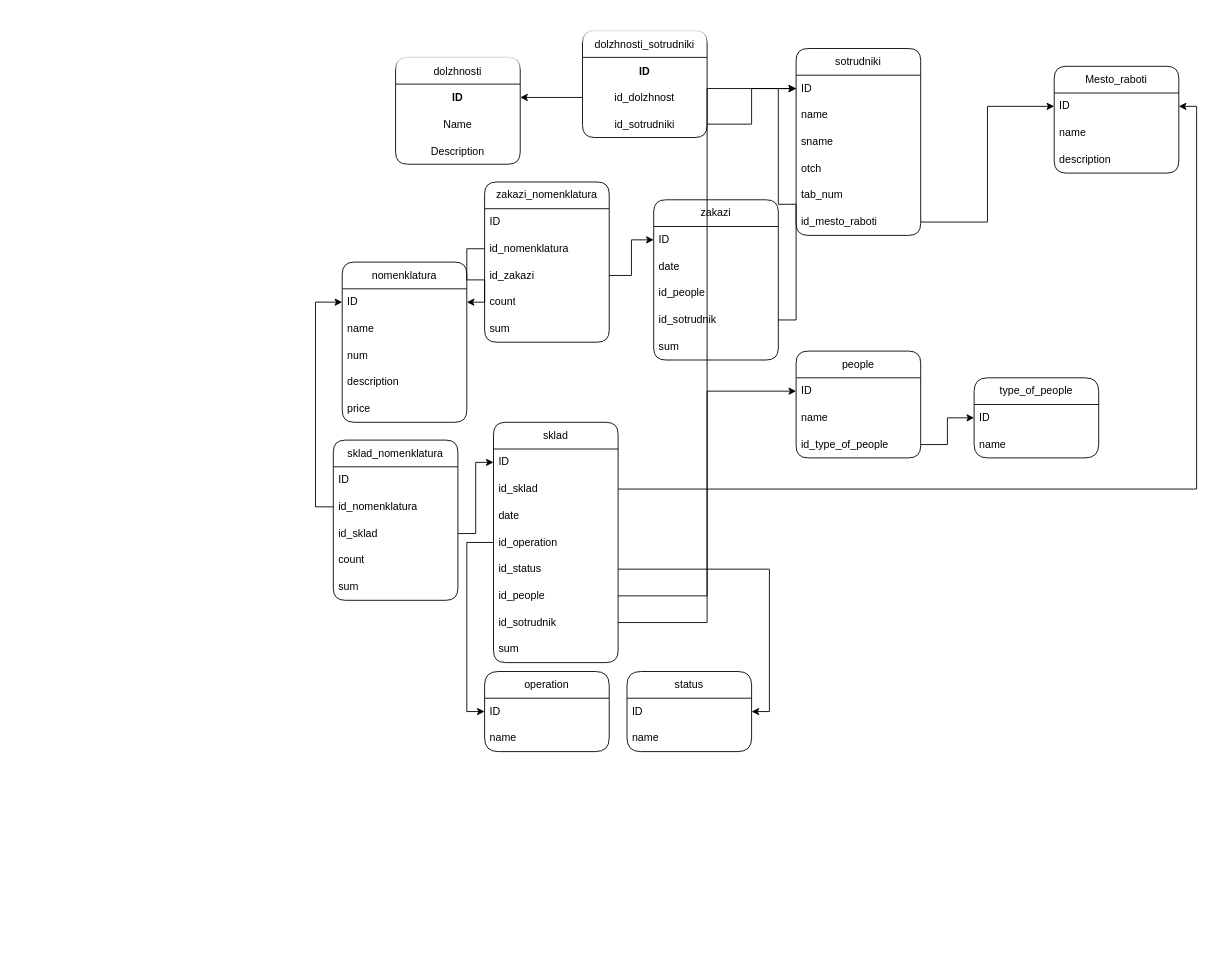
This is АРМы.drawio from OGdanik/db_diagrams, a draw.io file, before an edit. Source tidied: cells renumbered, new cells numbered last; positions are measured from the earlier drawing's top-left corner, leaving out a move shared by most shapes. Both pictures are drawn from the tidied source at 89%, with x=0, y=0 at pixel (333, 30).
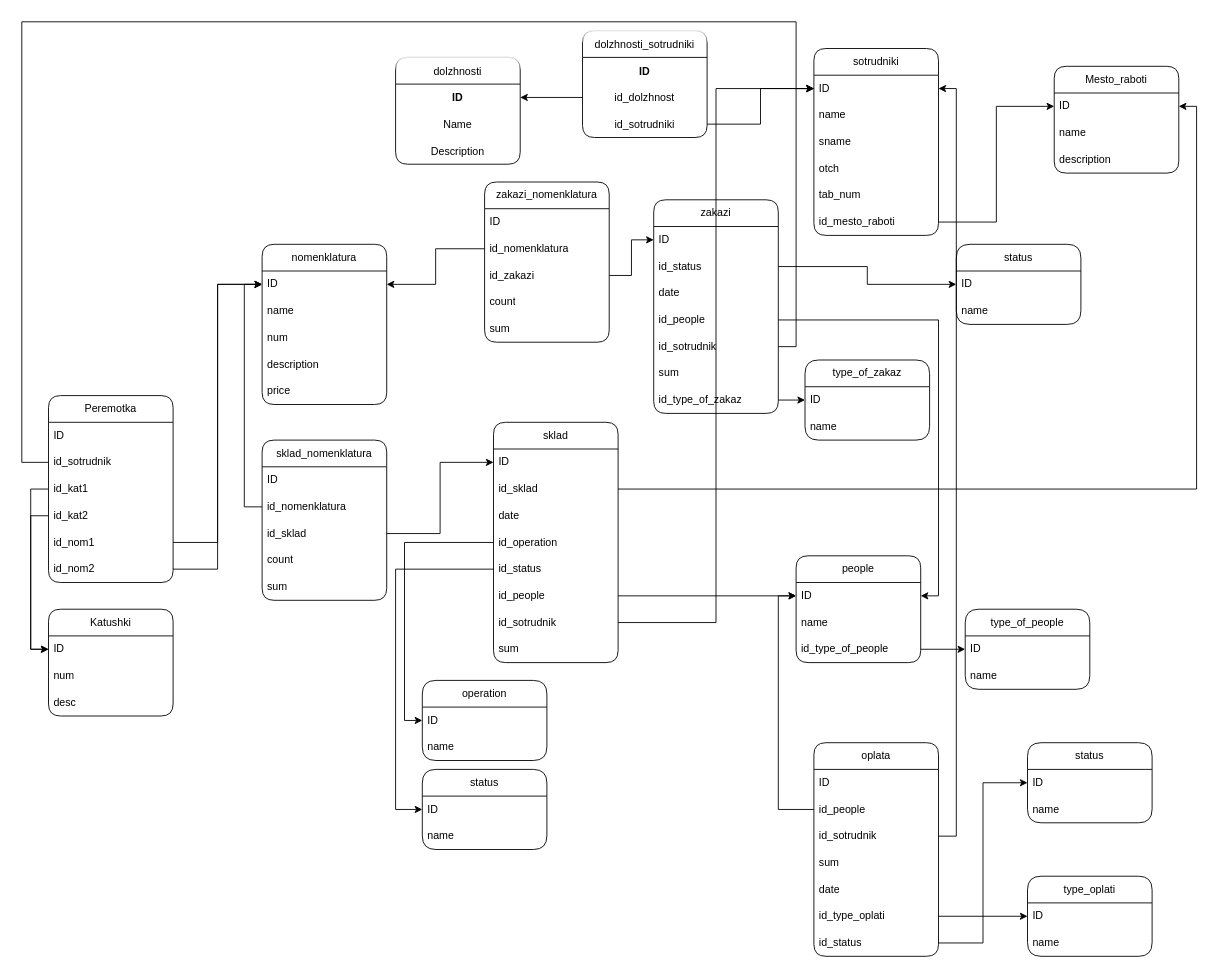
The same diagram, later.

Unchanged cells that the change refers to:
```xml
<mxCell id="7" value="ID" style="text;strokeColor=none;fillColor=none;align=left;verticalAlign=middle;spacingLeft=4;spacingRight=4;overflow=hidden;points=[[0,0.5],[1,0.5]];portConstraint=eastwest;whiteSpace=wrap;html=1;" parent="6" vertex="1">
  <mxGeometry y="30" width="140" height="30" as="geometry" />
</mxCell>
<mxCell id="25" value="ID" style="text;strokeColor=none;fillColor=none;align=left;verticalAlign=middle;spacingLeft=4;spacingRight=4;overflow=hidden;points=[[0,0.5],[1,0.5]];portConstraint=eastwest;whiteSpace=wrap;html=1;" parent="24" vertex="1">
  <mxGeometry y="30" width="140" height="30" as="geometry" />
</mxCell>
<mxCell id="29" value="ID" style="text;strokeColor=none;fillColor=none;align=left;verticalAlign=middle;spacingLeft=4;spacingRight=4;overflow=hidden;points=[[0,0.5],[1,0.5]];portConstraint=eastwest;whiteSpace=wrap;html=1;" parent="28" vertex="1">
  <mxGeometry y="30" width="140" height="30" as="geometry" />
</mxCell>
<mxCell id="39" value="id_status" style="text;strokeColor=none;fillColor=none;align=left;verticalAlign=middle;spacingLeft=4;spacingRight=4;overflow=hidden;points=[[0,0.5],[1,0.5]];portConstraint=eastwest;whiteSpace=wrap;html=1;" parent="34" vertex="1">
  <mxGeometry y="150" width="140" height="30" as="geometry" />
</mxCell>
<mxCell id="57" value="ID" style="text;strokeColor=none;fillColor=none;align=left;verticalAlign=middle;spacingLeft=4;spacingRight=4;overflow=hidden;points=[[0,0.5],[1,0.5]];portConstraint=eastwest;whiteSpace=wrap;html=1;" parent="56" vertex="1">
  <mxGeometry y="30" width="140" height="30" as="geometry" />
</mxCell>
```

What changed in the source:
```diff
@@
     <mxCell id="6" value="sotrudniki" style="swimlane;fontStyle=0;horizontal=1;startSize=30;whiteSpace=wrap;html=1;fillStyle=auto;shadow=0;glass=0;rounded=1;" parent="1" vertex="1">
-      <mxGeometry x="520" y="20" width="140" height="210" as="geometry" />
+      <mxGeometry x="540" y="20" width="140" height="210" as="geometry" />
     </mxCell>
@@
     <mxCell id="24" value="people" style="swimlane;fontStyle=0;horizontal=1;startSize=30;whiteSpace=wrap;html=1;fillStyle=auto;shadow=0;glass=0;rounded=1;" parent="1" vertex="1">
-      <mxGeometry x="520" y="360" width="140" height="120" as="geometry" />
+      <mxGeometry x="520" y="590" width="140" height="120" as="geometry" />
     </mxCell>
@@
     <mxCell id="28" value="nomenklatura" style="swimlane;fontStyle=0;horizontal=1;startSize=30;whiteSpace=wrap;html=1;fillStyle=auto;shadow=0;glass=0;rounded=1;" parent="1" vertex="1">
-      <mxGeometry x="10" y="260" width="140" height="180" as="geometry" />
+      <mxGeometry x="-80" y="240" width="140" height="180" as="geometry" />
     </mxCell>
@@
     <mxCell id="43" value="operation" style="swimlane;fontStyle=0;horizontal=1;startSize=30;whiteSpace=wrap;html=1;fillStyle=auto;shadow=0;glass=0;rounded=1;arcSize=17;" parent="1" vertex="1">
-      <mxGeometry x="170" y="720" width="140" height="90" as="geometry" />
+      <mxGeometry x="100" y="730" width="140" height="90" as="geometry" />
     </mxCell>
@@
     <mxCell id="47" value="sklad_nomenklatura" style="swimlane;fontStyle=0;horizontal=1;startSize=30;whiteSpace=wrap;html=1;fillStyle=auto;shadow=0;glass=0;rounded=1;" parent="1" vertex="1">
-      <mxGeometry y="460" width="140" height="180" as="geometry" />
+      <mxGeometry x="-80" y="460" width="140" height="180" as="geometry" />
     </mxCell>
@@
     <mxCell id="56" value="status" style="swimlane;fontStyle=0;horizontal=1;startSize=30;whiteSpace=wrap;html=1;fillStyle=auto;shadow=0;glass=0;rounded=1;arcSize=17;" parent="1" vertex="1">
-      <mxGeometry x="330" y="720" width="140" height="90" as="geometry" />
+      <mxGeometry x="100" y="830" width="140" height="90" as="geometry" />
     </mxCell>
@@
-    <mxCell id="59" style="edgeStyle=orthogonalEdgeStyle;rounded=0;jettySize=auto;html=1;entryX=1;entryY=0.5;entryDx=0;entryDy=0;" parent="1" edge="1" source="39" target="57">
-      <mxGeometry relative="1" as="geometry" />
-    </mxCell>
     <mxCell id="60" value="type_of_people" style="swimlane;fontStyle=0;horizontal=1;startSize=30;whiteSpace=wrap;html=1;fillStyle=auto;shadow=0;glass=0;rounded=1;arcSize=17;" parent="1" vertex="1">
-      <mxGeometry x="720" y="390" width="140" height="90" as="geometry" />
+      <mxGeometry x="710" y="650" width="140" height="90" as="geometry" />
     </mxCell>
@@
     <mxCell id="73" value="zakazi" style="swimlane;fontStyle=0;horizontal=1;startSize=30;whiteSpace=wrap;html=1;rounded=1;shadow=0;glass=0;sketch=0;fillStyle=auto;" parent="1" vertex="1">
-      <mxGeometry x="360" y="190" width="140" height="180" as="geometry" />
+      <mxGeometry x="360" y="190" width="140" height="240" as="geometry" />
     </mxCell>
@@
+    <mxCell id="81" value="id_status" style="text;strokeColor=none;fillColor=none;align=left;verticalAlign=middle;spacingLeft=4;spacingRight=4;overflow=hidden;points=[[0,0.5],[1,0.5]];portConstraint=eastwest;whiteSpace=wrap;html=1;rounded=1;shadow=0;glass=0;sketch=0;fillStyle=auto;" parent="73" vertex="1">
+      <mxGeometry y="60" width="140" height="30" as="geometry" />
+    </mxCell>
     <mxCell id="75" value="date" style="text;strokeColor=none;fillColor=none;align=left;verticalAlign=middle;spacingLeft=4;spacingRight=4;overflow=hidden;whiteSpace=wrap;html=1;rounded=1;shadow=0;glass=0;sketch=0;fillStyle=auto;" parent="73" vertex="1">
-      <mxGeometry y="60" width="140" height="30" as="geometry" />
+      <mxGeometry y="90" width="140" height="30" as="geometry" />
     </mxCell>
     <mxCell id="76" value="id_people" style="text;strokeColor=none;fillColor=none;align=left;verticalAlign=middle;spacingLeft=4;spacingRight=4;overflow=hidden;points=[[0,0.5],[1,0.5]];portConstraint=eastwest;whiteSpace=wrap;html=1;rounded=1;shadow=0;glass=0;sketch=0;fillStyle=auto;" parent="73" vertex="1">
-      <mxGeometry y="90" width="140" height="30" as="geometry" />
+      <mxGeometry y="120" width="140" height="30" as="geometry" />
     </mxCell>
     <mxCell id="77" value="id_sotrudnik" style="text;strokeColor=none;fillColor=none;align=left;verticalAlign=middle;spacingLeft=4;spacingRight=4;overflow=hidden;points=[[0,0.5],[1,0.5]];portConstraint=eastwest;whiteSpace=wrap;html=1;rounded=1;shadow=0;glass=0;sketch=0;fillStyle=auto;" parent="73" vertex="1">
-      <mxGeometry y="120" width="140" height="30" as="geometry" />
+      <mxGeometry y="150" width="140" height="30" as="geometry" />
     </mxCell>
     <mxCell id="78" value="sum" style="text;strokeColor=none;fillColor=none;align=left;verticalAlign=middle;spacingLeft=4;spacingRight=4;overflow=hidden;whiteSpace=wrap;html=1;rounded=1;shadow=0;glass=0;sketch=0;fillStyle=auto;" parent="73" vertex="1">
-      <mxGeometry y="150" width="140" height="30" as="geometry" />
+      <mxGeometry y="180" width="140" height="30" as="geometry" />
     </mxCell>
+    <mxCell id="82" value="id_type_of_zakaz" style="text;strokeColor=none;fillColor=none;align=left;verticalAlign=middle;spacingLeft=4;spacingRight=4;overflow=hidden;points=[[0,0.5],[1,0.5]];portConstraint=eastwest;whiteSpace=wrap;html=1;rounded=1;shadow=0;glass=0;sketch=0;fillStyle=auto;" parent="73" vertex="1">
+      <mxGeometry y="210" width="140" height="30" as="geometry" />
+    </mxCell>
@@
+    <mxCell id="83" style="edgeStyle=orthogonalEdgeStyle;rounded=0;jettySize=auto;html=1;exitX=1;exitY=0.5;exitDx=0;exitDy=0;entryX=1;entryY=0.5;entryDx=0;entryDy=0;" parent="1" edge="1" source="76" target="25">
+      <mxGeometry relative="1" as="geometry" />
+    </mxCell>
+    <mxCell id="84" value="status" style="swimlane;fontStyle=0;horizontal=1;startSize=30;whiteSpace=wrap;html=1;fillStyle=auto;shadow=0;glass=0;rounded=1;arcSize=17;" parent="1" vertex="1">
+      <mxGeometry x="700" y="240" width="140" height="90" as="geometry" />
+    </mxCell>
+    <mxCell id="85" value="ID" style="text;strokeColor=none;fillColor=none;align=left;verticalAlign=middle;spacingLeft=4;spacingRight=4;overflow=hidden;points=[[0,0.5],[1,0.5]];portConstraint=eastwest;whiteSpace=wrap;html=1;" parent="84" vertex="1">
+      <mxGeometry y="30" width="140" height="30" as="geometry" />
+    </mxCell>
+    <mxCell id="86" value="name" style="text;strokeColor=none;fillColor=none;align=left;verticalAlign=middle;spacingLeft=4;spacingRight=4;overflow=hidden;whiteSpace=wrap;html=1;" parent="84" vertex="1">
+      <mxGeometry y="60" width="140" height="30" as="geometry" />
+    </mxCell>
+    <mxCell id="87" value="type_of_zakaz" style="swimlane;fontStyle=0;horizontal=1;startSize=30;whiteSpace=wrap;html=1;fillStyle=auto;shadow=0;glass=0;rounded=1;arcSize=17;" parent="1" vertex="1">
+      <mxGeometry x="530" y="370" width="140" height="90" as="geometry" />
+    </mxCell>
+    <mxCell id="88" value="ID" style="text;strokeColor=none;fillColor=none;align=left;verticalAlign=middle;spacingLeft=4;spacingRight=4;overflow=hidden;points=[[0,0.5],[1,0.5]];portConstraint=eastwest;whiteSpace=wrap;html=1;" parent="87" vertex="1">
+      <mxGeometry y="30" width="140" height="30" as="geometry" />
+    </mxCell>
+    <mxCell id="89" value="name" style="text;strokeColor=none;fillColor=none;align=left;verticalAlign=middle;spacingLeft=4;spacingRight=4;overflow=hidden;whiteSpace=wrap;html=1;" parent="87" vertex="1">
+      <mxGeometry y="60" width="140" height="30" as="geometry" />
+    </mxCell>
+    <mxCell id="90" style="edgeStyle=orthogonalEdgeStyle;rounded=0;jettySize=auto;html=1;entryX=0;entryY=0.5;entryDx=0;entryDy=0;" parent="1" edge="1" source="81" target="85">
+      <mxGeometry relative="1" as="geometry" />
+    </mxCell>
+    <mxCell id="59" style="edgeStyle=orthogonalEdgeStyle;rounded=0;jettySize=auto;html=1;exitX=0;exitY=0.5;exitDx=0;exitDy=0;entryX=0;entryY=0.5;entryDx=0;entryDy=0;" parent="1" edge="1" source="39" target="57">
+      <mxGeometry relative="1" as="geometry">
+        <Array as="points">
+          <mxPoint x="70" y="605" />
+          <mxPoint x="70" y="875" />
+        </Array>
+      </mxGeometry>
+    </mxCell>
+    <mxCell id="91" style="edgeStyle=orthogonalEdgeStyle;rounded=0;jettySize=auto;html=1;exitX=1;exitY=0.5;exitDx=0;exitDy=0;entryX=0;entryY=0.5;entryDx=0;entryDy=0;" parent="1" edge="1" source="82" target="88">
+      <mxGeometry relative="1" as="geometry" />
+    </mxCell>
+    <mxCell id="92" value="Katushki" style="swimlane;fontStyle=0;horizontal=1;startSize=30;whiteSpace=wrap;html=1;rounded=1;shadow=0;glass=0;sketch=0;fillStyle=auto;" parent="1" vertex="1">
+      <mxGeometry x="-320" y="650" width="140" height="120" as="geometry" />
+    </mxCell>
+    <mxCell id="93" value="ID" style="text;strokeColor=none;fillColor=none;align=left;verticalAlign=middle;spacingLeft=4;spacingRight=4;overflow=hidden;points=[[0,0.5],[1,0.5]];portConstraint=eastwest;whiteSpace=wrap;html=1;rounded=1;shadow=0;glass=0;sketch=0;fillStyle=auto;" parent="92" vertex="1">
+      <mxGeometry y="30" width="140" height="30" as="geometry" />
+    </mxCell>
+    <mxCell id="94" value="num" style="text;strokeColor=none;fillColor=none;align=left;verticalAlign=middle;spacingLeft=4;spacingRight=4;overflow=hidden;whiteSpace=wrap;html=1;rounded=1;shadow=0;glass=0;sketch=0;fillStyle=auto;" parent="92" vertex="1">
+      <mxGeometry y="60" width="140" height="30" as="geometry" />
+    </mxCell>
+    <mxCell id="95" value="desc" style="text;strokeColor=none;fillColor=none;align=left;verticalAlign=middle;spacingLeft=4;spacingRight=4;overflow=hidden;whiteSpace=wrap;html=1;rounded=1;shadow=0;glass=0;sketch=0;fillStyle=auto;" parent="92" vertex="1">
+      <mxGeometry y="90" width="140" height="30" as="geometry" />
+    </mxCell>
+    <mxCell id="96" value="Peremotka" style="swimlane;fontStyle=0;horizontal=1;startSize=30;whiteSpace=wrap;html=1;rounded=1;shadow=0;glass=0;sketch=0;fillStyle=auto;" parent="1" vertex="1">
+      <mxGeometry x="-320" y="410" width="140" height="210" as="geometry" />
+    </mxCell>
+    <mxCell id="97" value="ID" style="text;strokeColor=none;fillColor=none;align=left;verticalAlign=middle;spacingLeft=4;spacingRight=4;overflow=hidden;whiteSpace=wrap;html=1;rounded=1;shadow=0;glass=0;sketch=0;fillStyle=auto;" parent="96" vertex="1">
+      <mxGeometry y="30" width="140" height="30" as="geometry" />
+    </mxCell>
+    <mxCell id="98" value="id_sotrudnik" style="text;strokeColor=none;fillColor=none;align=left;verticalAlign=middle;spacingLeft=4;spacingRight=4;overflow=hidden;points=[[0,0.5],[1,0.5]];portConstraint=eastwest;whiteSpace=wrap;html=1;rounded=1;shadow=0;glass=0;sketch=0;fillStyle=auto;" parent="96" vertex="1">
+      <mxGeometry y="60" width="140" height="30" as="geometry" />
+    </mxCell>
+    <mxCell id="99" value="id_kat1" style="text;strokeColor=none;fillColor=none;align=left;verticalAlign=middle;spacingLeft=4;spacingRight=4;overflow=hidden;points=[[0,0.5],[1,0.5]];portConstraint=eastwest;whiteSpace=wrap;html=1;rounded=1;shadow=0;glass=0;sketch=0;fillStyle=auto;" parent="96" vertex="1">
+      <mxGeometry y="90" width="140" height="30" as="geometry" />
+    </mxCell>
+    <mxCell id="100" value="id_kat2" style="text;strokeColor=none;fillColor=none;align=left;verticalAlign=middle;spacingLeft=4;spacingRight=4;overflow=hidden;points=[[0,0.5],[1,0.5]];portConstraint=eastwest;whiteSpace=wrap;html=1;rounded=1;shadow=0;glass=0;sketch=0;fillStyle=auto;" parent="96" vertex="1">
+      <mxGeometry y="120" width="140" height="30" as="geometry" />
+    </mxCell>
+    <mxCell id="101" value="id_nom1" style="text;strokeColor=none;fillColor=none;align=left;verticalAlign=middle;spacingLeft=4;spacingRight=4;overflow=hidden;points=[[0,0.5],[1,0.5]];portConstraint=eastwest;whiteSpace=wrap;html=1;rounded=1;shadow=0;glass=0;sketch=0;fillStyle=auto;" parent="96" vertex="1">
+      <mxGeometry y="150" width="140" height="30" as="geometry" />
+    </mxCell>
+    <mxCell id="102" value="id_nom2" style="text;strokeColor=none;fillColor=none;align=left;verticalAlign=middle;spacingLeft=4;spacingRight=4;overflow=hidden;points=[[0,0.5],[1,0.5]];portConstraint=eastwest;whiteSpace=wrap;html=1;rounded=1;shadow=0;glass=0;sketch=0;fillStyle=auto;" parent="96" vertex="1">
+      <mxGeometry y="180" width="140" height="30" as="geometry" />
+    </mxCell>
+    <mxCell id="103" style="edgeStyle=orthogonalEdgeStyle;rounded=0;jettySize=auto;html=1;exitX=0;exitY=0.5;exitDx=0;exitDy=0;entryX=0;entryY=0.5;entryDx=0;entryDy=0;" parent="1" edge="1" source="98" target="7">
+      <mxGeometry relative="1" as="geometry">
+        <Array as="points">
+          <mxPoint x="-350" y="485" />
+          <mxPoint x="-350" y="-10" />
+          <mxPoint x="520" y="-10" />
+          <mxPoint x="520" y="65" />
+        </Array>
+      </mxGeometry>
+    </mxCell>
+    <mxCell id="104" style="edgeStyle=orthogonalEdgeStyle;rounded=0;jettySize=auto;html=1;exitX=0;exitY=0.5;exitDx=0;exitDy=0;entryX=0;entryY=0.5;entryDx=0;entryDy=0;" parent="1" edge="1" source="99" target="93">
+      <mxGeometry relative="1" as="geometry" />
+    </mxCell>
+    <mxCell id="105" style="edgeStyle=orthogonalEdgeStyle;rounded=0;jettySize=auto;html=1;exitX=0;exitY=0.5;exitDx=0;exitDy=0;entryX=0;entryY=0.5;entryDx=0;entryDy=0;" parent="1" edge="1" source="100" target="93">
+      <mxGeometry relative="1" as="geometry" />
+    </mxCell>
+    <mxCell id="106" style="edgeStyle=orthogonalEdgeStyle;rounded=0;jettySize=auto;html=1;exitX=1;exitY=0.5;exitDx=0;exitDy=0;entryX=0;entryY=0.5;entryDx=0;entryDy=0;" parent="1" edge="1" source="101" target="29">
+      <mxGeometry relative="1" as="geometry" />
+    </mxCell>
+    <mxCell id="107" style="edgeStyle=orthogonalEdgeStyle;rounded=0;jettySize=auto;html=1;exitX=1;exitY=0.5;exitDx=0;exitDy=0;" parent="1" edge="1" source="102" target="29">
+      <mxGeometry relative="1" as="geometry" />
+    </mxCell>
+    <mxCell id="108" value="oplata" style="swimlane;fontStyle=0;horizontal=1;startSize=30;whiteSpace=wrap;html=1;rounded=1;shadow=0;glass=0;sketch=0;fillStyle=auto;" parent="1" vertex="1">
+      <mxGeometry x="540" y="800" width="140" height="240" as="geometry" />
+    </mxCell>
+    <mxCell id="109" value="ID" style="text;strokeColor=none;fillColor=none;align=left;verticalAlign=middle;spacingLeft=4;spacingRight=4;overflow=hidden;whiteSpace=wrap;html=1;rounded=1;shadow=0;glass=0;sketch=0;fillStyle=auto;" parent="108" vertex="1">
+      <mxGeometry y="30" width="140" height="30" as="geometry" />
+    </mxCell>
+    <mxCell id="110" value="id_people" style="text;strokeColor=none;fillColor=none;align=left;verticalAlign=middle;spacingLeft=4;spacingRight=4;overflow=hidden;points=[[0,0.5],[1,0.5]];portConstraint=eastwest;whiteSpace=wrap;html=1;rounded=1;shadow=0;glass=0;sketch=0;fillStyle=auto;" parent="108" vertex="1">
+      <mxGeometry y="60" width="140" height="30" as="geometry" />
+    </mxCell>
+    <mxCell id="111" value="id_sotrudnik" style="text;strokeColor=none;fillColor=none;align=left;verticalAlign=middle;spacingLeft=4;spacingRight=4;overflow=hidden;points=[[0,0.5],[1,0.5]];portConstraint=eastwest;whiteSpace=wrap;html=1;rounded=1;shadow=0;glass=0;sketch=0;fillStyle=auto;" parent="108" vertex="1">
+      <mxGeometry y="90" width="140" height="30" as="geometry" />
+    </mxCell>
+    <mxCell id="112" value="sum" style="text;strokeColor=none;fillColor=none;align=left;verticalAlign=middle;spacingLeft=4;spacingRight=4;overflow=hidden;whiteSpace=wrap;html=1;rounded=1;shadow=0;glass=0;sketch=0;fillStyle=auto;" parent="108" vertex="1">
+      <mxGeometry y="120" width="140" height="30" as="geometry" />
+    </mxCell>
+    <mxCell id="113" value="date" style="text;strokeColor=none;fillColor=none;align=left;verticalAlign=middle;spacingLeft=4;spacingRight=4;overflow=hidden;whiteSpace=wrap;html=1;rounded=1;shadow=0;glass=0;sketch=0;fillStyle=auto;" parent="108" vertex="1">
+      <mxGeometry y="150" width="140" height="30" as="geometry" />
+    </mxCell>
+    <mxCell id="114" value="id_type_oplati" style="text;strokeColor=none;fillColor=none;align=left;verticalAlign=middle;spacingLeft=4;spacingRight=4;overflow=hidden;points=[[0,0.5],[1,0.5]];portConstraint=eastwest;whiteSpace=wrap;html=1;rounded=1;shadow=0;glass=0;sketch=0;fillStyle=auto;" parent="108" vertex="1">
+      <mxGeometry y="180" width="140" height="30" as="geometry" />
+    </mxCell>
+    <mxCell id="115" value="id_status" style="text;strokeColor=none;fillColor=none;align=left;verticalAlign=middle;spacingLeft=4;spacingRight=4;overflow=hidden;points=[[0,0.5],[1,0.5]];portConstraint=eastwest;whiteSpace=wrap;html=1;rounded=1;shadow=0;glass=0;sketch=0;fillStyle=auto;" parent="108" vertex="1">
+      <mxGeometry y="210" width="140" height="30" as="geometry" />
+    </mxCell>
+    <mxCell id="116" style="edgeStyle=orthogonalEdgeStyle;rounded=0;jettySize=auto;html=1;exitX=0;exitY=0.5;exitDx=0;exitDy=0;entryX=0;entryY=0.5;entryDx=0;entryDy=0;" parent="1" edge="1" source="110" target="25">
+      <mxGeometry relative="1" as="geometry" />
+    </mxCell>
+    <mxCell id="117" style="edgeStyle=orthogonalEdgeStyle;rounded=0;jettySize=auto;html=1;exitX=1;exitY=0.5;exitDx=0;exitDy=0;entryX=1;entryY=0.5;entryDx=0;entryDy=0;" parent="1" edge="1" source="111" target="7">
+      <mxGeometry relative="1" as="geometry" />
+    </mxCell>
+    <mxCell id="118" value="type_oplati" style="swimlane;fontStyle=0;horizontal=1;startSize=30;whiteSpace=wrap;html=1;fillStyle=auto;shadow=0;glass=0;rounded=1;arcSize=17;" parent="1" vertex="1">
+      <mxGeometry x="780" y="950" width="140" height="90" as="geometry" />
+    </mxCell>
+    <mxCell id="119" value="ID" style="text;strokeColor=none;fillColor=none;align=left;verticalAlign=middle;spacingLeft=4;spacingRight=4;overflow=hidden;points=[[0,0.5],[1,0.5]];portConstraint=eastwest;whiteSpace=wrap;html=1;" parent="118" vertex="1">
+      <mxGeometry y="30" width="140" height="30" as="geometry" />
+    </mxCell>
+    <mxCell id="120" value="name" style="text;strokeColor=none;fillColor=none;align=left;verticalAlign=middle;spacingLeft=4;spacingRight=4;overflow=hidden;whiteSpace=wrap;html=1;" parent="118" vertex="1">
+      <mxGeometry y="60" width="140" height="30" as="geometry" />
+    </mxCell>
+    <mxCell id="121" value="status" style="swimlane;fontStyle=0;horizontal=1;startSize=30;whiteSpace=wrap;html=1;fillStyle=auto;shadow=0;glass=0;rounded=1;arcSize=17;" parent="1" vertex="1">
+      <mxGeometry x="780" y="800" width="140" height="90" as="geometry" />
+    </mxCell>
+    <mxCell id="122" value="ID" style="text;strokeColor=none;fillColor=none;align=left;verticalAlign=middle;spacingLeft=4;spacingRight=4;overflow=hidden;points=[[0,0.5],[1,0.5]];portConstraint=eastwest;whiteSpace=wrap;html=1;" parent="121" vertex="1">
+      <mxGeometry y="30" width="140" height="30" as="geometry" />
+    </mxCell>
+    <mxCell id="123" value="name" style="text;strokeColor=none;fillColor=none;align=left;verticalAlign=middle;spacingLeft=4;spacingRight=4;overflow=hidden;whiteSpace=wrap;html=1;" parent="121" vertex="1">
+      <mxGeometry y="60" width="140" height="30" as="geometry" />
+    </mxCell>
+    <mxCell id="124" style="edgeStyle=orthogonalEdgeStyle;rounded=0;jettySize=auto;html=1;exitX=1;exitY=0.5;exitDx=0;exitDy=0;entryX=0;entryY=0.5;entryDx=0;entryDy=0;" parent="1" edge="1" source="115" target="122">
+      <mxGeometry relative="1" as="geometry" />
+    </mxCell>
+    <mxCell id="125" style="edgeStyle=orthogonalEdgeStyle;rounded=0;jettySize=auto;html=1;exitX=1;exitY=0.5;exitDx=0;exitDy=0;entryX=0;entryY=0.5;entryDx=0;entryDy=0;" parent="1" edge="1" source="114" target="119">
+      <mxGeometry relative="1" as="geometry" />
+    </mxCell>
```
